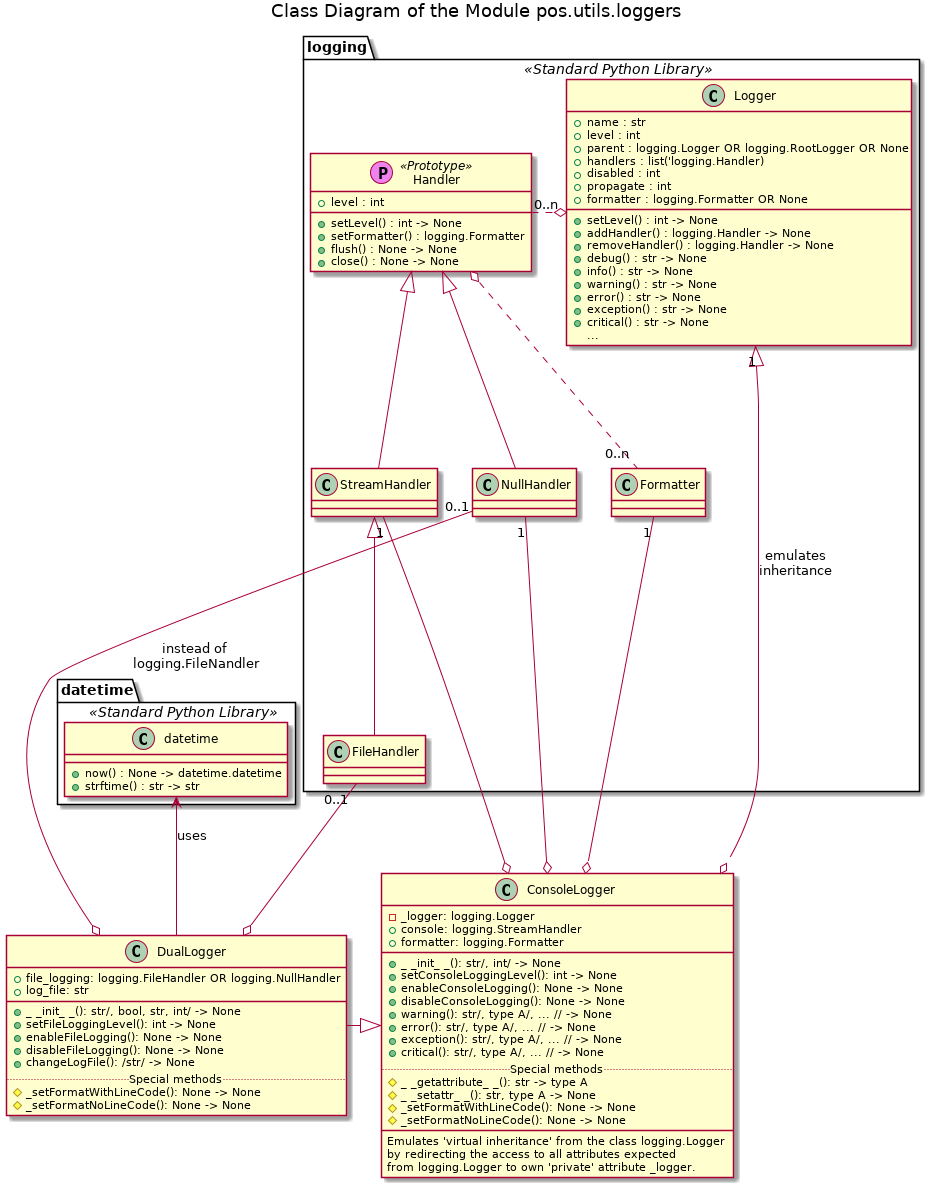
Before: Docs/UML/utils/loggers_py/loggers.py_Class_Diagram.png, a diagram exported from PlantUML (FooBarShebang/pos).
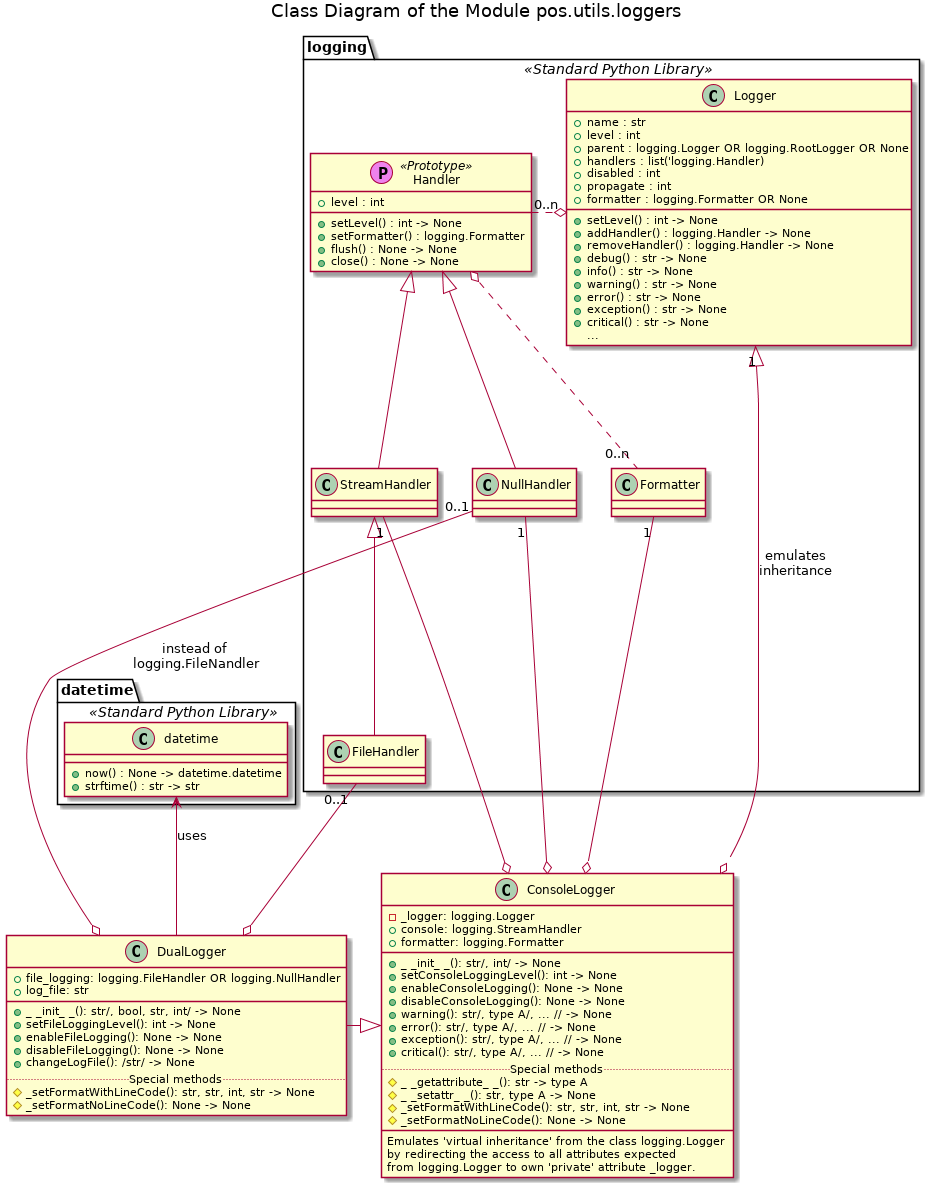
Later version of the same file.

Commit message:
Fixed caller resolution by loggers

Change to the diagram source:
```diff
@@ -33,7 +33,7 @@
     ..Special methods..
     # _ _getattribute_ _(): str -> type A
     # _ _setattr_ _(): str, type A -> None
-    # _setFormatWithLineCode(): None -> None
+    # _setFormatWithLineCode(): str, str, int, str -> None
     # _setFormatNoLineCode(): None -> None
     __
     Emulates 'virtual inheritance' from the class logging.Logger
@@ -52,7 +52,7 @@
     + disableFileLogging(): None -> None
     + changeLogFile(): /str/ -> None
     ..Special methods..
-    # _setFormatWithLineCode(): None -> None
+    # _setFormatWithLineCode(): str, str, int, str -> None
     # _setFormatNoLineCode(): None -> None
 }
 
```
